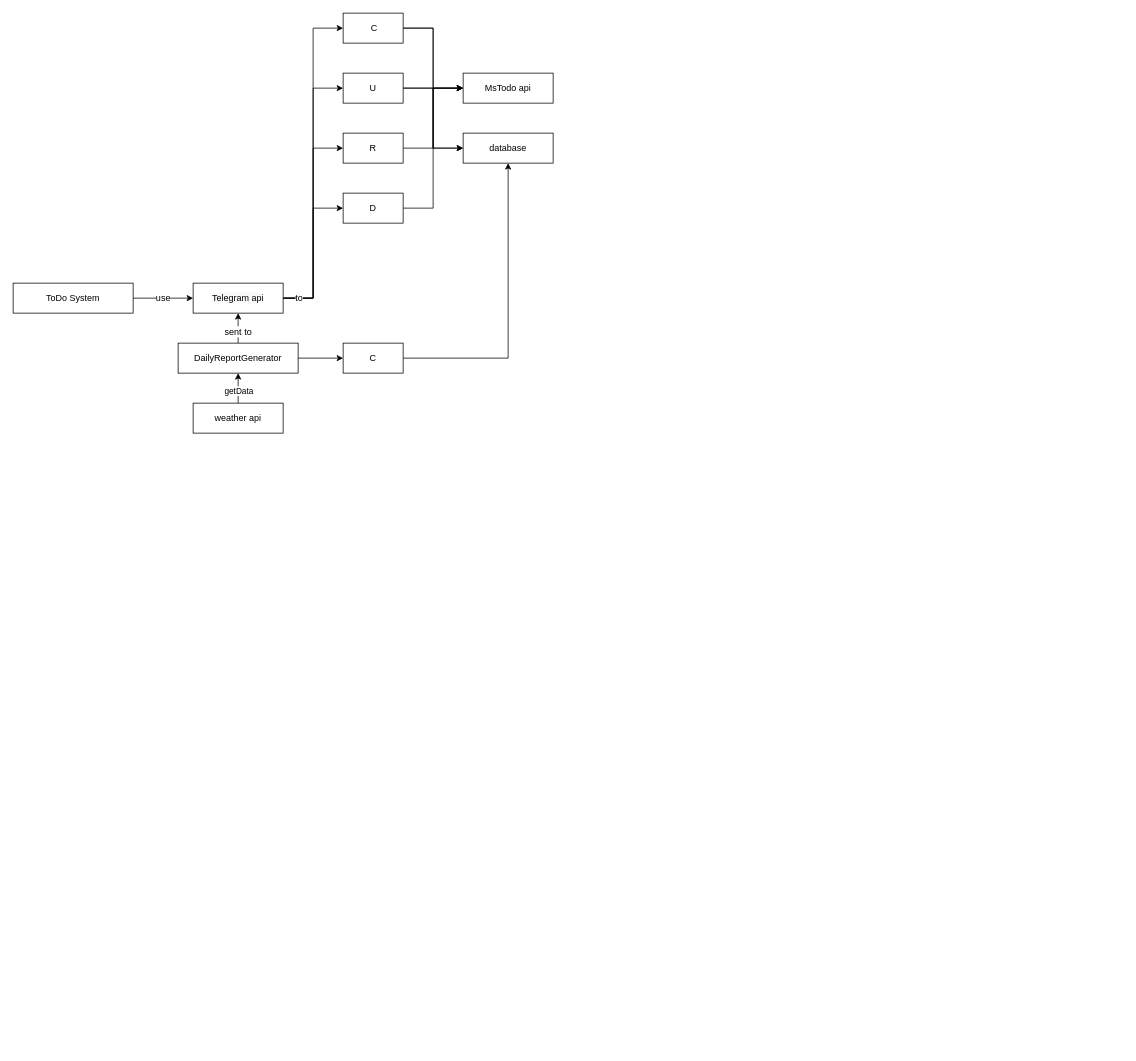
Before: Norma.drawio in RekiDunois/ImagineThings, a draw.io diagram. Source tidied: cells renumbered, new cells numbered last; positions are measured from the earlier drawing's top-left corner, leaving out a move shared by most shapes. Both pictures are drawn from the tidied source at 75%, with x=0, y=0 at pixel (13, 13).
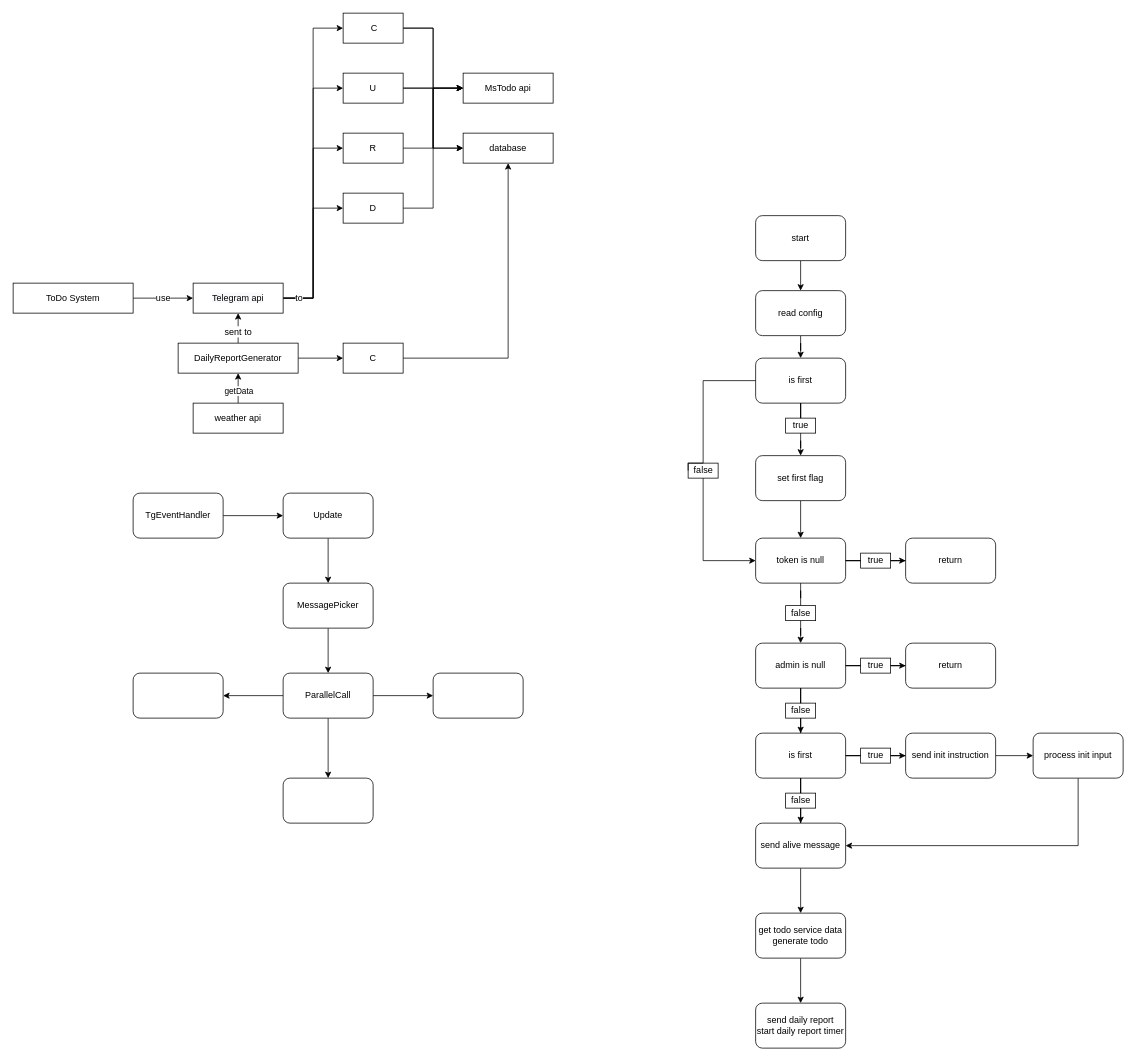
The same diagram, later.

What changed in the source:
```diff
@@
+    <mxCell id="32" style="edgeStyle=orthogonalEdgeStyle;rounded=0;jettySize=auto;html=1;" parent="1" edge="1" source="33" target="35">
+      <mxGeometry relative="1" as="geometry" />
+    </mxCell>
+    <mxCell id="33" value="TgEventHandler" style="rounded=1;whiteSpace=wrap;html=1;" parent="1" vertex="1">
+      <mxGeometry x="160" y="640" width="120" height="60" as="geometry" />
+    </mxCell>
+    <mxCell id="34" style="edgeStyle=orthogonalEdgeStyle;rounded=0;jettySize=auto;html=1;" parent="1" edge="1" source="35" target="37">
+      <mxGeometry relative="1" as="geometry" />
+    </mxCell>
+    <mxCell id="35" value="Update" style="whiteSpace=wrap;html=1;rounded=1;" parent="1" vertex="1">
+      <mxGeometry x="360" y="640" width="120" height="60" as="geometry" />
+    </mxCell>
+    <mxCell id="36" style="edgeStyle=orthogonalEdgeStyle;rounded=0;jettySize=auto;html=1;" parent="1" edge="1" source="37" target="41">
+      <mxGeometry relative="1" as="geometry" />
+    </mxCell>
+    <mxCell id="37" value="MessagePicker" style="whiteSpace=wrap;html=1;rounded=1;" parent="1" vertex="1">
+      <mxGeometry x="360" y="760" width="120" height="60" as="geometry" />
+    </mxCell>
+    <mxCell id="38" style="edgeStyle=orthogonalEdgeStyle;rounded=0;jettySize=auto;html=1;" parent="1" edge="1" source="41" target="42">
+      <mxGeometry relative="1" as="geometry" />
+    </mxCell>
+    <mxCell id="39" style="edgeStyle=orthogonalEdgeStyle;rounded=0;jettySize=auto;html=1;" parent="1" edge="1" source="41" target="43">
+      <mxGeometry relative="1" as="geometry" />
+    </mxCell>
+    <mxCell id="40" style="edgeStyle=orthogonalEdgeStyle;rounded=0;jettySize=auto;html=1;" parent="1" edge="1" source="41" target="44">
+      <mxGeometry relative="1" as="geometry" />
+    </mxCell>
+    <mxCell id="41" value="ParallelCall" style="whiteSpace=wrap;html=1;rounded=1;" parent="1" vertex="1">
+      <mxGeometry x="360" y="880" width="120" height="60" as="geometry" />
+    </mxCell>
+    <mxCell id="42" style="whiteSpace=wrap;html=1;rounded=1;" parent="1" vertex="1">
+      <mxGeometry x="160" y="880" width="120" height="60" as="geometry" />
+    </mxCell>
+    <mxCell id="43" style="whiteSpace=wrap;html=1;rounded=1;" parent="1" vertex="1">
+      <mxGeometry x="560" y="880" width="120" height="60" as="geometry" />
+    </mxCell>
+    <mxCell id="44" style="whiteSpace=wrap;html=1;rounded=1;" parent="1" vertex="1">
+      <mxGeometry x="360" y="1020" width="120" height="60" as="geometry" />
+    </mxCell>
+    <mxCell id="45" style="edgeStyle=orthogonalEdgeStyle;rounded=0;jettySize=auto;html=1;" parent="1" edge="1" source="46" target="65">
+      <mxGeometry relative="1" as="geometry" />
+    </mxCell>
+    <mxCell id="46" value="start" style="rounded=1;whiteSpace=wrap;html=1;" parent="1" vertex="1">
+      <mxGeometry x="990" y="270" width="120" height="60" as="geometry" />
+    </mxCell>
+    <mxCell id="47" style="edgeStyle=orthogonalEdgeStyle;rounded=0;jettySize=auto;html=1;startArrow=none;" parent="1" edge="1" source="55" target="50">
+      <mxGeometry relative="1" as="geometry" />
+    </mxCell>
+    <mxCell id="48" style="edgeStyle=orthogonalEdgeStyle;rounded=0;jettySize=auto;html=1;startArrow=none;" parent="1" edge="1" source="59" target="53">
+      <mxGeometry relative="1" as="geometry" />
+    </mxCell>
+    <mxCell id="49" value="token&amp;nbsp;is&amp;nbsp;null" style="whiteSpace=wrap;html=1;rounded=1;" parent="1" vertex="1">
+      <mxGeometry x="990" y="700" width="120" height="60" as="geometry" />
+    </mxCell>
+    <mxCell id="50" value="return" style="whiteSpace=wrap;html=1;rounded=1;" parent="1" vertex="1">
+      <mxGeometry x="1190" y="700" width="120" height="60" as="geometry" />
+    </mxCell>
+    <mxCell id="51" style="edgeStyle=orthogonalEdgeStyle;rounded=0;jettySize=auto;html=1;startArrow=none;" parent="1" edge="1" source="57" target="54">
+      <mxGeometry relative="1" as="geometry" />
+    </mxCell>
+    <mxCell id="52" style="edgeStyle=orthogonalEdgeStyle;rounded=0;jettySize=auto;html=1;startArrow=none;" parent="1" edge="1" source="83" target="63">
+      <mxGeometry relative="1" as="geometry" />
+    </mxCell>
+    <mxCell id="53" value="admin&amp;nbsp;is&amp;nbsp;null" style="whiteSpace=wrap;html=1;rounded=1;" parent="1" vertex="1">
+      <mxGeometry x="990" y="840" width="120" height="60" as="geometry" />
+    </mxCell>
+    <mxCell id="54" value="return" style="whiteSpace=wrap;html=1;rounded=1;" parent="1" vertex="1">
+      <mxGeometry x="1190" y="840" width="120" height="60" as="geometry" />
+    </mxCell>
+    <mxCell id="55" value="true" style="text;html=1;align=center;verticalAlign=middle;points=[];strokeColor=default;fillColor=none;" parent="1" vertex="1">
+      <mxGeometry x="1130" y="720" width="40" height="20" as="geometry" />
+    </mxCell>
+    <mxCell id="56" style="edgeStyle=orthogonalEdgeStyle;rounded=0;jettySize=auto;html=1;endArrow=none;" parent="1" edge="1" source="49" target="55">
+      <mxGeometry relative="1" as="geometry" />
+    </mxCell>
+    <mxCell id="57" value="true" style="text;html=1;align=center;verticalAlign=middle;points=[];strokeColor=default;fillColor=none;" parent="1" vertex="1">
+      <mxGeometry x="1130" y="860" width="40" height="20" as="geometry" />
+    </mxCell>
+    <mxCell id="58" style="edgeStyle=orthogonalEdgeStyle;rounded=0;jettySize=auto;html=1;endArrow=none;" parent="1" edge="1" source="53" target="57">
+      <mxGeometry relative="1" as="geometry" />
+    </mxCell>
+    <mxCell id="59" value="false" style="text;html=1;align=center;verticalAlign=middle;points=[];strokeColor=default;fillColor=none;" parent="1" vertex="1">
+      <mxGeometry x="1030" y="790" width="40" height="20" as="geometry" />
+    </mxCell>
+    <mxCell id="60" style="edgeStyle=orthogonalEdgeStyle;rounded=0;jettySize=auto;html=1;endArrow=none;" parent="1" edge="1" source="49" target="59">
+      <mxGeometry relative="1" as="geometry" />
+    </mxCell>
+    <mxCell id="61" style="edgeStyle=orthogonalEdgeStyle;rounded=0;jettySize=auto;html=1;startArrow=none;" parent="1" edge="1" source="81" target="76">
+      <mxGeometry relative="1" as="geometry" />
+    </mxCell>
+    <mxCell id="62" style="edgeStyle=orthogonalEdgeStyle;rounded=0;jettySize=auto;html=1;startArrow=none;" parent="1" edge="1" source="79" target="78">
+      <mxGeometry relative="1" as="geometry" />
+    </mxCell>
+    <mxCell id="63" value="is&amp;nbsp;first" style="whiteSpace=wrap;html=1;rounded=1;" parent="1" vertex="1">
+      <mxGeometry x="990" y="960" width="120" height="60" as="geometry" />
+    </mxCell>
+    <mxCell id="64" style="edgeStyle=orthogonalEdgeStyle;rounded=0;jettySize=auto;html=1;" parent="1" edge="1" source="65" target="68">
+      <mxGeometry relative="1" as="geometry" />
+    </mxCell>
+    <mxCell id="65" value="read&amp;nbsp;config" style="whiteSpace=wrap;html=1;rounded=1;" parent="1" vertex="1">
+      <mxGeometry x="990" y="370" width="120" height="60" as="geometry" />
+    </mxCell>
+    <mxCell id="66" style="edgeStyle=orthogonalEdgeStyle;rounded=0;jettySize=auto;html=1;startArrow=none;" parent="1" edge="1" source="71" target="70">
+      <mxGeometry relative="1" as="geometry" />
+    </mxCell>
+    <mxCell id="67" style="edgeStyle=orthogonalEdgeStyle;rounded=0;jettySize=auto;html=1;entryX=0;entryY=0.5;entryDx=0;entryDy=0;startArrow=none;" parent="1" edge="1" source="73" target="49">
+      <mxGeometry relative="1" as="geometry">
+        <Array as="points">
+          <mxPoint x="920" y="730" />
+        </Array>
+      </mxGeometry>
+    </mxCell>
+    <mxCell id="68" value="is&amp;nbsp;first" style="whiteSpace=wrap;html=1;rounded=1;" parent="1" vertex="1">
+      <mxGeometry x="990" y="460" width="120" height="60" as="geometry" />
+    </mxCell>
+    <mxCell id="69" style="edgeStyle=orthogonalEdgeStyle;rounded=0;jettySize=auto;html=1;" parent="1" edge="1" source="70" target="49">
+      <mxGeometry relative="1" as="geometry" />
+    </mxCell>
+    <mxCell id="70" value="set&amp;nbsp;first&amp;nbsp;flag" style="whiteSpace=wrap;html=1;rounded=1;" parent="1" vertex="1">
+      <mxGeometry x="990" y="590" width="120" height="60" as="geometry" />
+    </mxCell>
+    <mxCell id="71" value="true" style="text;html=1;align=center;verticalAlign=middle;points=[];strokeColor=default;fillColor=none;" parent="1" vertex="1">
+      <mxGeometry x="1030" y="540" width="40" height="20" as="geometry" />
+    </mxCell>
+    <mxCell id="72" style="edgeStyle=orthogonalEdgeStyle;rounded=0;jettySize=auto;html=1;endArrow=none;" parent="1" edge="1" source="68" target="71">
+      <mxGeometry relative="1" as="geometry" />
+    </mxCell>
+    <mxCell id="73" value="false" style="text;html=1;align=center;verticalAlign=middle;points=[];strokeColor=default;fillColor=none;" parent="1" vertex="1">
+      <mxGeometry x="900" y="600" width="40" height="20" as="geometry" />
+    </mxCell>
+    <mxCell id="74" style="edgeStyle=orthogonalEdgeStyle;rounded=0;jettySize=auto;html=1;entryX=0;entryY=0.5;entryDx=0;entryDy=0;endArrow=none;" parent="1" edge="1" source="68" target="73">
+      <mxGeometry relative="1" as="geometry">
+        <Array as="points">
+          <mxPoint x="920" y="490" />
+          <mxPoint x="920" y="600" />
+          <mxPoint x="900" y="600" />
+        </Array>
+      </mxGeometry>
+    </mxCell>
+    <mxCell id="75" style="edgeStyle=orthogonalEdgeStyle;rounded=0;jettySize=auto;html=1;entryX=0.5;entryY=0;entryDx=0;entryDy=0;" parent="1" edge="1" source="76" target="89">
+      <mxGeometry relative="1" as="geometry" />
+    </mxCell>
+    <mxCell id="76" value="send&amp;nbsp;alive&amp;nbsp;message" style="whiteSpace=wrap;html=1;rounded=1;" parent="1" vertex="1">
+      <mxGeometry x="990" y="1080" width="120" height="60" as="geometry" />
+    </mxCell>
+    <mxCell id="77" style="edgeStyle=orthogonalEdgeStyle;rounded=0;jettySize=auto;html=1;" parent="1" edge="1" source="78" target="86">
+      <mxGeometry relative="1" as="geometry" />
+    </mxCell>
+    <mxCell id="78" value="send&amp;nbsp;init&amp;nbsp;instruction" style="whiteSpace=wrap;html=1;rounded=1;" parent="1" vertex="1">
+      <mxGeometry x="1190" y="960" width="120" height="60" as="geometry" />
+    </mxCell>
+    <mxCell id="79" value="true" style="text;html=1;align=center;verticalAlign=middle;points=[];strokeColor=default;fillColor=none;" parent="1" vertex="1">
+      <mxGeometry x="1130" y="980" width="40" height="20" as="geometry" />
+    </mxCell>
+    <mxCell id="80" style="edgeStyle=orthogonalEdgeStyle;rounded=0;jettySize=auto;html=1;endArrow=none;" parent="1" edge="1" source="63" target="79">
+      <mxGeometry relative="1" as="geometry" />
+    </mxCell>
+    <mxCell id="81" value="false" style="text;html=1;align=center;verticalAlign=middle;points=[];strokeColor=default;fillColor=none;" parent="1" vertex="1">
+      <mxGeometry x="1030" y="1040" width="40" height="20" as="geometry" />
+    </mxCell>
+    <mxCell id="82" style="edgeStyle=orthogonalEdgeStyle;rounded=0;jettySize=auto;html=1;endArrow=none;" parent="1" edge="1" source="63" target="81">
+      <mxGeometry relative="1" as="geometry" />
+    </mxCell>
+    <mxCell id="83" value="false" style="text;html=1;align=center;verticalAlign=middle;points=[];strokeColor=default;fillColor=none;" parent="1" vertex="1">
+      <mxGeometry x="1030" y="920" width="40" height="20" as="geometry" />
+    </mxCell>
+    <mxCell id="84" style="edgeStyle=orthogonalEdgeStyle;rounded=0;jettySize=auto;html=1;endArrow=none;" parent="1" edge="1" source="53" target="83">
+      <mxGeometry relative="1" as="geometry" />
+    </mxCell>
+    <mxCell id="85" style="edgeStyle=orthogonalEdgeStyle;rounded=0;jettySize=auto;html=1;entryX=1;entryY=0.5;entryDx=0;entryDy=0;" parent="1" edge="1" source="86" target="76">
+      <mxGeometry relative="1" as="geometry">
+        <Array as="points">
+          <mxPoint x="1420" y="1110" />
+        </Array>
+      </mxGeometry>
+    </mxCell>
+    <mxCell id="86" value="process&amp;nbsp;init&amp;nbsp;input" style="whiteSpace=wrap;html=1;rounded=1;" parent="1" vertex="1">
+      <mxGeometry x="1360" y="960" width="120" height="60" as="geometry" />
+    </mxCell>
+    <mxCell id="87" value="send&amp;nbsp;daily&amp;nbsp;report&lt;br&gt;start&amp;nbsp;daily&amp;nbsp;report&amp;nbsp;timer" style="whiteSpace=wrap;html=1;rounded=1;" parent="1" vertex="1">
+      <mxGeometry x="990" y="1320" width="120" height="60" as="geometry" />
+    </mxCell>
+    <mxCell id="88" style="edgeStyle=orthogonalEdgeStyle;rounded=0;jettySize=auto;html=1;entryX=0.5;entryY=0;entryDx=0;entryDy=0;" parent="1" edge="1" source="89" target="87">
+      <mxGeometry relative="1" as="geometry" />
+    </mxCell>
+    <mxCell id="89" value="get todo&amp;nbsp;service&amp;nbsp;data&lt;br&gt;generate&amp;nbsp;todo" style="whiteSpace=wrap;html=1;rounded=1;" parent="1" vertex="1">
+      <mxGeometry x="990" y="1200" width="120" height="60" as="geometry" />
+    </mxCell>
```
